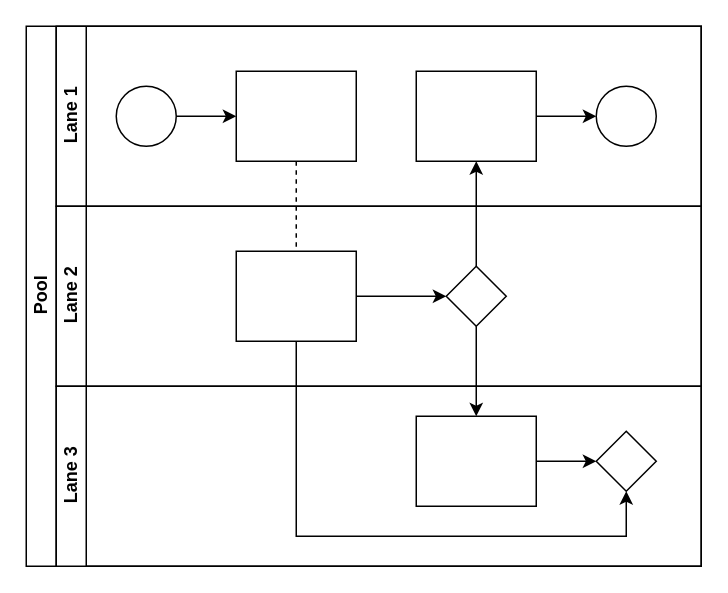
Before: sage attendance sync.drawio in nyashaChiza/design, a draw.io diagram. Source tidied: cells renumbered, new cells numbered last; positions are measured from the earlier drawing's top-left corner, leaving out a move shared by most shapes. Both pictures are drawn from the tidied source at 150%, with x=0, y=0 at pixel (26, 26).
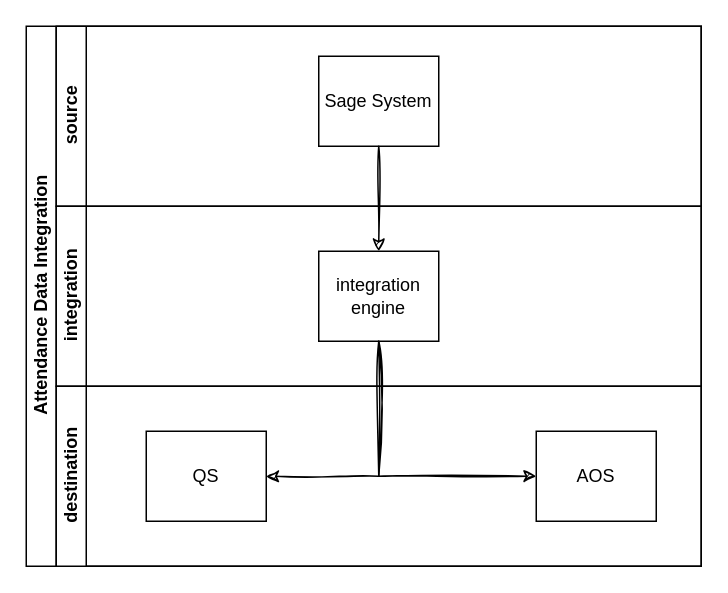
After the change.

The edit, as a diff of the source:
```diff
@@
-    <mxCell id="2" value="Pool" style="swimlane;html=1;horizontal=0;startSize=20;" parent="1" vertex="1">
+    <mxCell id="2" value="Attendance Data Integration" style="swimlane;html=1;horizontal=0;startSize=20;" parent="1" vertex="1">
       <mxGeometry width="450" height="360" as="geometry" />
     </mxCell>
+    <mxCell id="7" value="source" style="swimlane;html=1;startSize=20;horizontal=0;" parent="2" vertex="1">
+      <mxGeometry x="20" width="430" height="120" as="geometry" />
+    </mxCell>
+    <mxCell id="10" value="Sage System" style="rounded=0;whiteSpace=wrap;html=1;fontFamily=Helvetica;fontSize=12;fontColor=#000000;align=center;" parent="7" vertex="1">
+      <mxGeometry x="175" y="20" width="80" height="60" as="geometry" />
+    </mxCell>
+    <mxCell id="14" value="integration" style="swimlane;html=1;startSize=20;horizontal=0;" parent="2" vertex="1">
+      <mxGeometry x="20" y="120" width="430" height="120" as="geometry" />
+    </mxCell>
+    <mxCell id="16" value="integration engine" style="rounded=0;whiteSpace=wrap;html=1;fontFamily=Helvetica;fontSize=12;fontColor=#000000;align=center;" parent="14" vertex="1">
+      <mxGeometry x="175" y="30" width="80" height="60" as="geometry" />
+    </mxCell>
+    <mxCell id="18" value="destination" style="swimlane;html=1;startSize=20;horizontal=0;" parent="2" vertex="1">
+      <mxGeometry x="20" y="240" width="430" height="120" as="geometry" />
+    </mxCell>
+    <mxCell id="20" value="AOS" style="rounded=0;whiteSpace=wrap;html=1;fontFamily=Helvetica;fontSize=12;fontColor=#000000;align=center;" parent="18" vertex="1">
+      <mxGeometry x="320" y="30" width="80" height="60" as="geometry" />
+    </mxCell>
+    <mxCell id="22" value="QS" style="rounded=0;whiteSpace=wrap;html=1;fontFamily=Helvetica;fontSize=12;fontColor=#000000;align=center;" parent="18" vertex="1">
+      <mxGeometry x="60" y="30" width="80" height="60" as="geometry" />
+    </mxCell>
-    <mxCell id="3" style="edgeStyle=orthogonalEdgeStyle;rounded=0;jettySize=auto;html=1;dashed=1;endArrow=none;endFill=0;" parent="2" edge="1" source="10" target="16">
+    <mxCell id="3" style="edgeStyle=orthogonalEdgeStyle;rounded=0;sketch=1;hachureGap=4;jiggle=2;curveFitting=1;jettySize=auto;html=1;exitX=0.5;exitY=1;exitDx=0;exitDy=0;entryX=0.5;entryY=0;entryDx=0;entryDy=0;fontFamily=Architects Daughter;" parent="2" edge="1" source="10" target="16">
       <mxGeometry relative="1" as="geometry" />
     </mxCell>
-    <mxCell id="4" style="edgeStyle=orthogonalEdgeStyle;rounded=0;jettySize=auto;html=1;endArrow=classic;endFill=1;" parent="2" edge="1" source="17" target="12">
-      <mxGeometry relative="1" as="geometry" />
-    </mxCell>
-    <mxCell id="5" style="edgeStyle=orthogonalEdgeStyle;rounded=0;jettySize=auto;html=1;endArrow=classic;endFill=1;" parent="2" edge="1" source="17" target="20">
-      <mxGeometry relative="1" as="geometry" />
-    </mxCell>
-    <mxCell id="6" style="edgeStyle=orthogonalEdgeStyle;rounded=0;jettySize=auto;html=1;endArrow=classic;endFill=1;" parent="2" edge="1" source="16" target="21">
-      <mxGeometry relative="1" as="geometry">
-        <Array as="points">
-          <mxPoint x="180" y="340" />
-          <mxPoint x="400" y="340" />
-        </Array>
-      </mxGeometry>
-    </mxCell>
-    <mxCell id="7" value="Lane 1" style="swimlane;html=1;startSize=20;horizontal=0;" parent="2" vertex="1">
-      <mxGeometry x="20" width="430" height="120" as="geometry" />
-    </mxCell>
-    <mxCell id="8" style="edgeStyle=orthogonalEdgeStyle;rounded=0;jettySize=auto;html=1;" parent="7" edge="1" source="9" target="10">
-      <mxGeometry relative="1" as="geometry" />
-    </mxCell>
-    <mxCell id="9" style="ellipse;whiteSpace=wrap;html=1;" parent="7" vertex="1">
-      <mxGeometry x="40" y="40" width="40" height="40" as="geometry" />
-    </mxCell>
-    <mxCell id="10" style="rounded=0;whiteSpace=wrap;html=1;fontFamily=Helvetica;fontSize=12;fontColor=#000000;align=center;" parent="7" vertex="1">
-      <mxGeometry x="120" y="30" width="80" height="60" as="geometry" />
-    </mxCell>
-    <mxCell id="11" style="edgeStyle=orthogonalEdgeStyle;rounded=0;jettySize=auto;html=1;endArrow=classic;endFill=1;" parent="7" edge="1" source="12" target="13">
-      <mxGeometry relative="1" as="geometry" />
-    </mxCell>
-    <mxCell id="12" style="rounded=0;whiteSpace=wrap;html=1;fontFamily=Helvetica;fontSize=12;fontColor=#000000;align=center;" parent="7" vertex="1">
-      <mxGeometry x="240" y="30" width="80" height="60" as="geometry" />
-    </mxCell>
-    <mxCell id="13" style="ellipse;whiteSpace=wrap;html=1;" parent="7" vertex="1">
-      <mxGeometry x="360" y="40" width="40" height="40" as="geometry" />
-    </mxCell>
-    <mxCell id="14" value="Lane 2" style="swimlane;html=1;startSize=20;horizontal=0;" parent="2" vertex="1">
-      <mxGeometry x="20" y="120" width="430" height="120" as="geometry" />
-    </mxCell>
-    <mxCell id="15" style="edgeStyle=orthogonalEdgeStyle;rounded=0;jettySize=auto;html=1;endArrow=classic;endFill=1;" parent="14" edge="1" source="16" target="17">
-      <mxGeometry relative="1" as="geometry" />
-    </mxCell>
-    <mxCell id="16" style="rounded=0;whiteSpace=wrap;html=1;fontFamily=Helvetica;fontSize=12;fontColor=#000000;align=center;" parent="14" vertex="1">
-      <mxGeometry x="120" y="30" width="80" height="60" as="geometry" />
-    </mxCell>
-    <mxCell id="17" style="rhombus;whiteSpace=wrap;html=1;fontFamily=Helvetica;fontSize=12;fontColor=#000000;align=center;" parent="14" vertex="1">
-      <mxGeometry x="260" y="40" width="40" height="40" as="geometry" />
-    </mxCell>
-    <mxCell id="18" value="Lane 3" style="swimlane;html=1;startSize=20;horizontal=0;" parent="2" vertex="1">
-      <mxGeometry x="20" y="240" width="430" height="120" as="geometry" />
-    </mxCell>
-    <mxCell id="19" style="edgeStyle=orthogonalEdgeStyle;rounded=0;jettySize=auto;html=1;endArrow=classic;endFill=1;" parent="18" edge="1" source="20" target="21">
-      <mxGeometry relative="1" as="geometry" />
-    </mxCell>
-    <mxCell id="20" style="rounded=0;whiteSpace=wrap;html=1;fontFamily=Helvetica;fontSize=12;fontColor=#000000;align=center;" parent="18" vertex="1">
-      <mxGeometry x="240" y="20" width="80" height="60" as="geometry" />
-    </mxCell>
-    <mxCell id="21" style="rhombus;whiteSpace=wrap;html=1;fontFamily=Helvetica;fontSize=12;fontColor=#000000;align=center;" parent="18" vertex="1">
-      <mxGeometry x="360" y="30" width="40" height="40" as="geometry" />
-    </mxCell>
+    <mxCell id="23" style="edgeStyle=orthogonalEdgeStyle;rounded=0;sketch=1;hachureGap=4;jiggle=2;curveFitting=1;jettySize=auto;html=1;exitX=0.5;exitY=1;exitDx=0;exitDy=0;entryX=0;entryY=0.5;entryDx=0;entryDy=0;fontFamily=Architects Daughter;" parent="2" edge="1" source="16" target="20">
+      <mxGeometry relative="1" as="geometry" />
+    </mxCell>
+    <mxCell id="24" style="edgeStyle=orthogonalEdgeStyle;rounded=0;sketch=1;hachureGap=4;jiggle=2;curveFitting=1;jettySize=auto;html=1;exitX=0.5;exitY=1;exitDx=0;exitDy=0;entryX=1;entryY=0.5;entryDx=0;entryDy=0;fontFamily=Architects Daughter;" parent="2" edge="1" source="16" target="22">
+      <mxGeometry relative="1" as="geometry" />
+    </mxCell>
```
